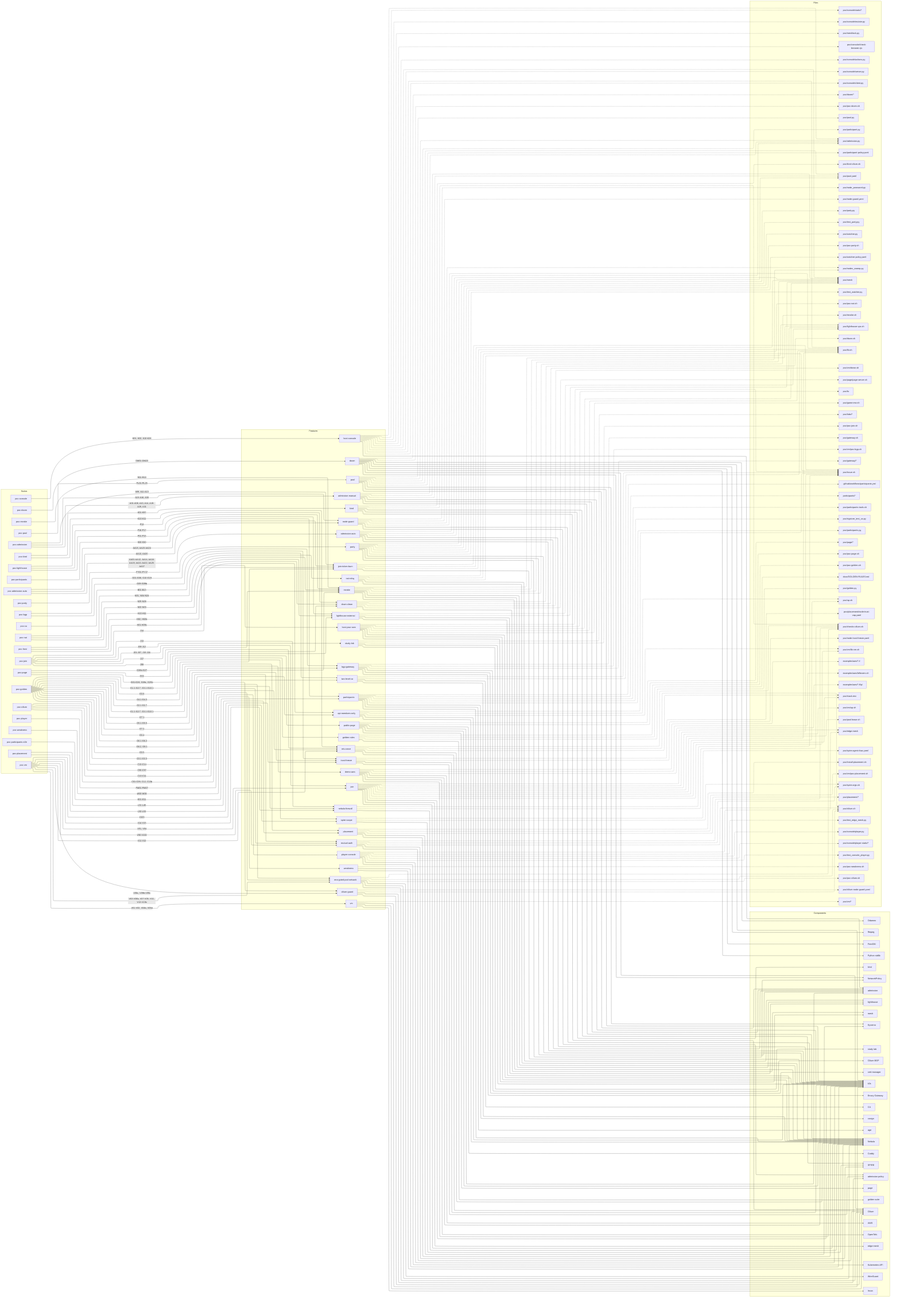
Above: docs/diagrams/features.png in villadalmine/k8s-lan-party (Mermaid), before the change. Its source is kept beside it as docs/diagrams/features.mmd.
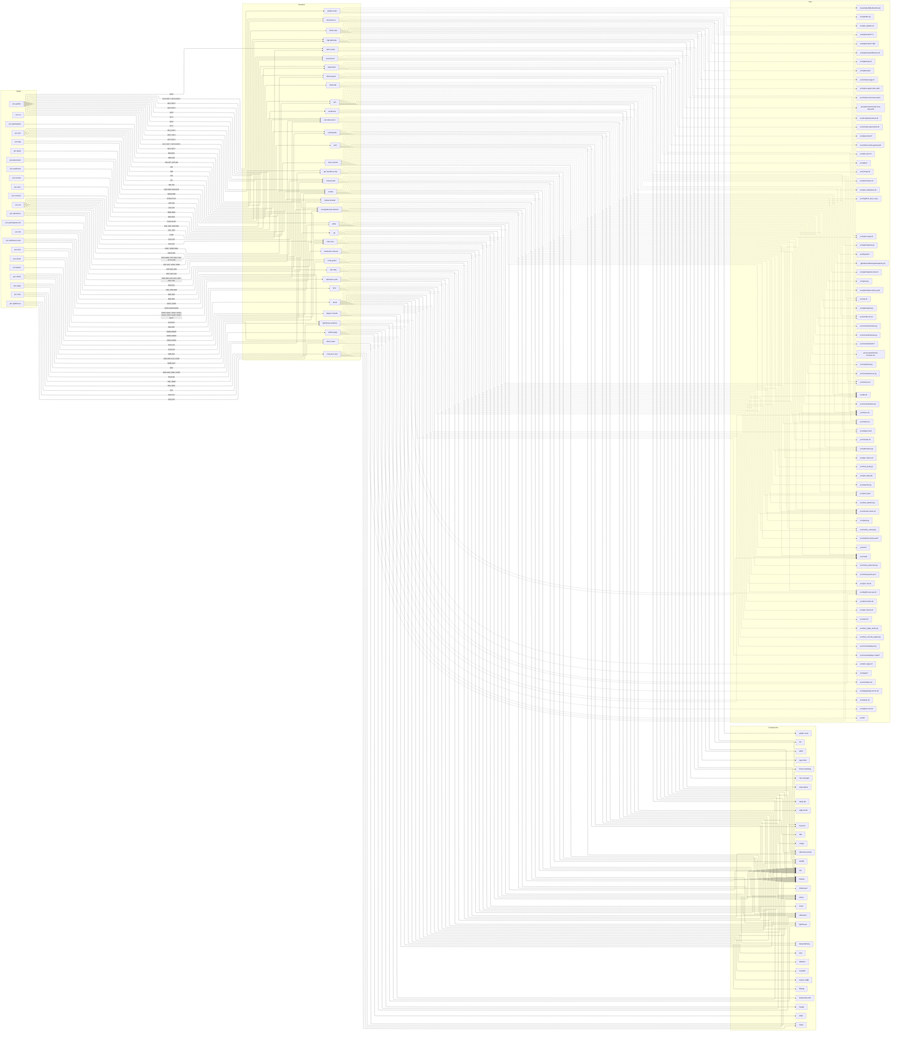
The same file after the commit.

Commit message:
test(doom): DM24-DM25, the host's watcher needs its own machine (D6, #101)

The edit, as a diff of the source:
```diff
@@ -280,6 +280,7 @@
   f_pool -.-> p_poc_participant_policy_yaml
   f_pool -.-> p_poc_admission_py
   s_poc_party -->|"PY01-PY17"| f_party
+  s_poc_doom -->|"DM24-DM25"| f_party
   f_party --> c_k3s
   f_party --> c_NetworkPolicy
   f_party --> c_admission
```
